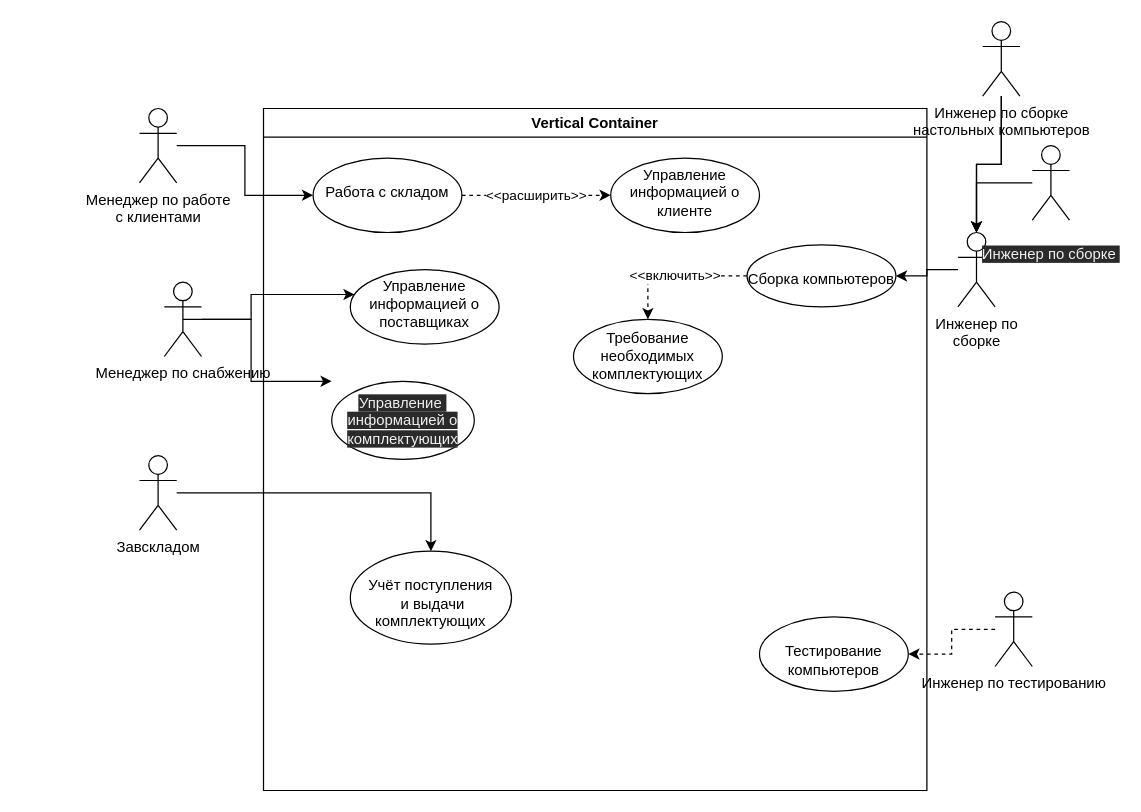
This is Работа1.drawio from SSEcKRI/UML, a draw.io file, before an edit. Source tidied: cells renumbered, new cells numbered last; positions are measured from the earlier drawing's top-left corner, leaving out a move shared by most shapes. Both pictures are drawn from the tidied source at 124%, with x=0, y=0 at pixel (139, 21).
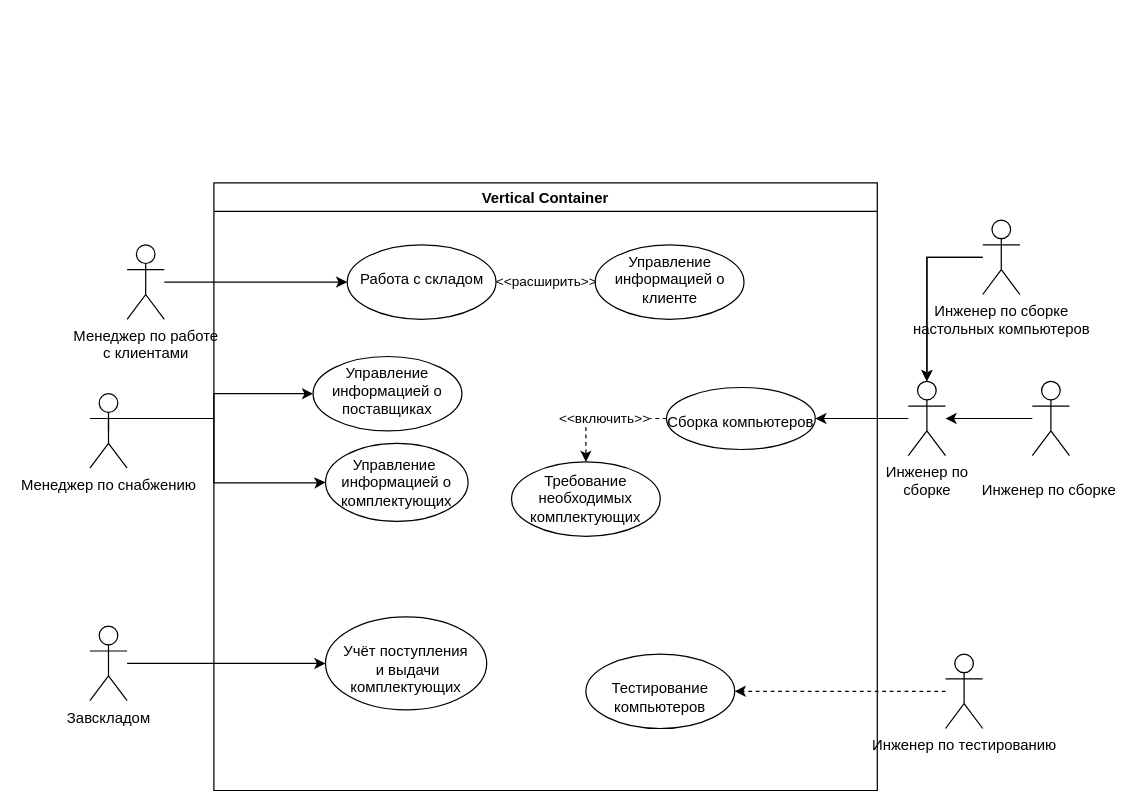
Above is the later version.

What changed in the source:
```diff
@@
     <mxCell id="2" value="Vertical Container" style="swimlane;" parent="1" vertex="1">
-      <mxGeometry x="100" y="70" width="535" height="550" as="geometry" />
+      <mxGeometry x="60" y="130" width="535" height="490" as="geometry" />
     </mxCell>
@@
     <mxCell id="4" value="&lt;br&gt;Работа с складом" style="ellipse;whiteSpace=wrap;html=1;verticalAlign=top;" parent="2" vertex="1">
-      <mxGeometry x="40" y="40" width="120" height="60" as="geometry" />
+      <mxGeometry x="107.5" y="50" width="120" height="60" as="geometry" />
     </mxCell>
     <mxCell id="5" value="Управление информацией о поставщиках" style="ellipse;whiteSpace=wrap;html=1;verticalAlign=top;" parent="2" vertex="1">
-      <mxGeometry x="70" y="130" width="120" height="60" as="geometry" />
+      <mxGeometry x="80" y="140" width="120" height="60" as="geometry" />
     </mxCell>
     <mxCell id="6" value="&lt;br&gt;Учёт поступления&lt;br&gt;&amp;nbsp;и выдачи комплектующих" style="ellipse;whiteSpace=wrap;html=1;verticalAlign=top;" parent="2" vertex="1">
-      <mxGeometry x="70" y="357" width="130" height="75" as="geometry" />
+      <mxGeometry x="90" y="350" width="130" height="75" as="geometry" />
     </mxCell>
     <mxCell id="7" value="Управление информацией о клиенте" style="ellipse;whiteSpace=wrap;html=1;verticalAlign=top;" parent="2" vertex="1">
-      <mxGeometry x="280" y="40" width="120" height="60" as="geometry" />
+      <mxGeometry x="307.5" y="50" width="120" height="60" as="geometry" />
     </mxCell>
-    <mxCell id="8" value="&lt;span style=&quot;color: rgb(240, 240, 240); font-family: Helvetica; font-size: 12px; font-style: normal; font-variant-ligatures: normal; font-variant-caps: normal; font-weight: 400; letter-spacing: normal; orphans: 2; text-align: center; text-indent: 0px; text-transform: none; widows: 2; word-spacing: 0px; -webkit-text-stroke-width: 0px; background-color: rgb(42, 42, 42); text-decoration-thickness: initial; text-decoration-style: initial; text-decoration-color: initial; float: none; display: inline !important;&quot;&gt;Управление&lt;span&gt;&amp;nbsp;&lt;br&gt;информацией о комплектующих&lt;/span&gt;&lt;/span&gt;" style="ellipse;whiteSpace=wrap;html=1;" parent="2" vertex="1">
-      <mxGeometry x="55" y="220" width="115" height="63" as="geometry" />
+    <mxCell id="8" value="&lt;span style=&quot;font-family: Helvetica; font-size: 12px; font-style: normal; font-variant-ligatures: normal; font-variant-caps: normal; font-weight: 400; letter-spacing: normal; orphans: 2; text-align: center; text-indent: 0px; text-transform: none; widows: 2; word-spacing: 0px; -webkit-text-stroke-width: 0px; text-decoration-thickness: initial; text-decoration-style: initial; text-decoration-color: initial; float: none; display: inline !important;&quot;&gt;Управление&lt;span&gt;&amp;nbsp;&lt;br&gt;информацией о комплектующих&lt;/span&gt;&lt;/span&gt;" style="ellipse;whiteSpace=wrap;html=1;labelBackgroundColor=none;fontColor=default;" parent="2" vertex="1">
+      <mxGeometry x="90" y="210" width="115" height="63" as="geometry" />
     </mxCell>
     <mxCell id="9" value="&lt;br&gt;Сборка компьютеров" style="ellipse;whiteSpace=wrap;html=1;verticalAlign=top;" parent="2" vertex="1">
-      <mxGeometry x="390" y="110" width="120" height="50" as="geometry" />
+      <mxGeometry x="365" y="165" width="120" height="50" as="geometry" />
     </mxCell>
     <mxCell id="10" value="Требование необходимых комплектующих" style="ellipse;whiteSpace=wrap;html=1;" parent="2" vertex="1">
-      <mxGeometry x="250" y="170" width="120" height="60" as="geometry" />
+      <mxGeometry x="240" y="225" width="120" height="60" as="geometry" />
     </mxCell>
@@
     <mxCell id="12" value="&lt;br&gt;Тестирование компьютеров" style="ellipse;whiteSpace=wrap;html=1;verticalAlign=top;" parent="2" vertex="1">
-      <mxGeometry x="400" y="410" width="120" height="60" as="geometry" />
+      <mxGeometry x="300" y="380" width="120" height="60" as="geometry" />
     </mxCell>
@@
     <mxCell id="14" value="Инженер по тестированию" style="shape=umlActor;verticalLabelPosition=bottom;verticalAlign=top;html=1;outlineConnect=0;" parent="1" vertex="1">
-      <mxGeometry x="690" y="460" width="30" height="60" as="geometry" />
+      <mxGeometry x="650" y="510" width="30" height="60" as="geometry" />
     </mxCell>
@@
     <mxCell id="16" value="Инженер по &lt;br&gt;сборке" style="shape=umlActor;verticalLabelPosition=bottom;verticalAlign=top;html=1;outlineConnect=0;" parent="1" vertex="1">
-      <mxGeometry x="660" y="170" width="30" height="60" as="geometry" />
+      <mxGeometry x="620" y="290" width="30" height="60" as="geometry" />
     </mxCell>
@@
-    <mxCell id="18" value="&#10;&lt;span style=&quot;color: rgb(240, 240, 240); font-family: Helvetica; font-size: 12px; font-style: normal; font-variant-ligatures: normal; font-variant-caps: normal; font-weight: 400; letter-spacing: normal; orphans: 2; text-align: center; text-indent: 0px; text-transform: none; widows: 2; word-spacing: 0px; -webkit-text-stroke-width: 0px; background-color: rgb(42, 42, 42); text-decoration-thickness: initial; text-decoration-style: initial; text-decoration-color: initial; float: none; display: inline !important;&quot;&gt;Инженер по сборке&lt;span&gt;&amp;nbsp;&lt;/span&gt;&lt;/span&gt;&#10;&#10;" style="shape=umlActor;verticalLabelPosition=bottom;verticalAlign=top;html=1;outlineConnect=0;" parent="1" vertex="1">
-      <mxGeometry x="720" y="100" width="30" height="60" as="geometry" />
+    <mxCell id="18" value="&#10;&lt;span style=&quot;font-family: Helvetica; font-size: 12px; font-style: normal; font-variant-ligatures: normal; font-variant-caps: normal; font-weight: 400; letter-spacing: normal; orphans: 2; text-align: center; text-indent: 0px; text-transform: none; widows: 2; word-spacing: 0px; -webkit-text-stroke-width: 0px; text-decoration-thickness: initial; text-decoration-style: initial; text-decoration-color: initial; float: none; display: inline !important;&quot;&gt;Инженер по сборке&lt;span&gt;&amp;nbsp;&lt;/span&gt;&lt;/span&gt;&#10;&#10;" style="shape=umlActor;verticalLabelPosition=bottom;verticalAlign=top;html=1;outlineConnect=0;fontColor=default;labelBackgroundColor=none;" parent="1" vertex="1">
+      <mxGeometry x="720" y="290" width="30" height="60" as="geometry" />
     </mxCell>
-    <mxCell id="19" style="edgeStyle=orthogonalEdgeStyle;rounded=0;jettySize=auto;html=1;" parent="1" edge="1" source="21" target="16">
-      <mxGeometry relative="1" as="geometry" />
-    </mxCell>
-    <mxCell id="20" style="edgeStyle=orthogonalEdgeStyle;rounded=0;jettySize=auto;html=1;" parent="1" edge="1" source="21" target="16">
-      <mxGeometry relative="1" as="geometry" />
-    </mxCell>
+    <mxCell id="29" style="edgeStyle=orthogonalEdgeStyle;rounded=0;jettySize=auto;html=1;" parent="1" edge="1" source="21" target="16">
+      <mxGeometry relative="1" as="geometry" />
+    </mxCell>
+    <mxCell id="30" style="edgeStyle=orthogonalEdgeStyle;rounded=0;jettySize=auto;html=1;" parent="1" edge="1" source="21" target="16">
+      <mxGeometry relative="1" as="geometry" />
+    </mxCell>
     <mxCell id="21" value="Инженер по сборке &lt;br&gt;настольных компьютеров" style="shape=umlActor;verticalLabelPosition=bottom;verticalAlign=top;html=1;outlineConnect=0;" parent="1" vertex="1">
-      <mxGeometry x="680" width="30" height="60" as="geometry" />
+      <mxGeometry x="680" y="160" width="30" height="60" as="geometry" />
     </mxCell>
@@
     <mxCell id="23" value="Завскладом" style="shape=umlActor;verticalLabelPosition=bottom;verticalAlign=top;html=1;outlineConnect=0;" parent="1" vertex="1">
-      <mxGeometry y="350" width="30" height="60" as="geometry" />
+      <mxGeometry x="-40" y="487.5" width="30" height="60" as="geometry" />
     </mxCell>
     <mxCell id="24" style="edgeStyle=orthogonalEdgeStyle;rounded=0;jettySize=auto;html=1;" parent="1" edge="1" source="26" target="5">
       <mxGeometry relative="1" as="geometry">
         <Array as="points">
-          <mxPoint x="90" y="240" />
-          <mxPoint x="90" y="220" />
+          <mxPoint x="60" y="320" />
+          <mxPoint x="60" y="300" />
         </Array>
       </mxGeometry>
     </mxCell>
-    <mxCell id="25" style="edgeStyle=orthogonalEdgeStyle;rounded=0;jettySize=auto;html=1;exitX=0.5;exitY=0.5;exitDx=0;exitDy=0;exitPerimeter=0;" parent="1" edge="1" source="26">
-      <mxGeometry relative="1" as="geometry">
-        <mxPoint x="155" y="290" as="targetPoint" />
-        <Array as="points">
-          <mxPoint x="90" y="240" />
-          <mxPoint x="90" y="290" />
-        </Array>
-      </mxGeometry>
-    </mxCell>
+    <mxCell id="31" style="edgeStyle=orthogonalEdgeStyle;rounded=0;jettySize=auto;html=1;exitX=0.5;exitY=0.5;exitDx=0;exitDy=0;exitPerimeter=0;entryX=0;entryY=0.5;entryDx=0;entryDy=0;" parent="1" edge="1" source="26" target="8">
+      <mxGeometry relative="1" as="geometry">
+        <Array as="points">
+          <mxPoint x="-25" y="320" />
+          <mxPoint x="60" y="320" />
+          <mxPoint x="60" y="372" />
+          <mxPoint x="140" y="372" />
+        </Array>
+      </mxGeometry>
+    </mxCell>
     <mxCell id="26" value="Менеджер по&amp;nbsp;снабжению" style="shape=umlActor;verticalLabelPosition=bottom;verticalAlign=top;html=1;outlineConnect=0;" parent="1" vertex="1">
-      <mxGeometry x="20" y="210" width="30" height="60" as="geometry" />
+      <mxGeometry x="-40" y="300" width="30" height="60" as="geometry" />
     </mxCell>
@@
     <mxCell id="28" value="Менеджер по работе&lt;br&gt;с клиентами" style="shape=umlActor;verticalLabelPosition=bottom;verticalAlign=top;html=1;outlineConnect=0;" parent="1" vertex="1">
-      <mxGeometry y="70" width="30" height="60" as="geometry" />
+      <mxGeometry x="-10" y="180" width="30" height="60" as="geometry" />
     </mxCell>
```
